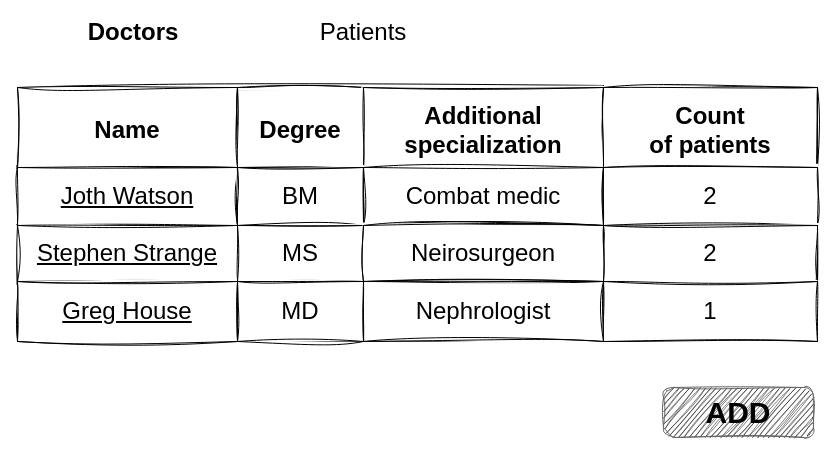
DmytroY/EPAM_Flask keeps this draw.io diagram as page "Doctors list" (1 of 6) of documentation/Micropeutist.drawio. Above is the earlier version. Source tidied: cells renumbered, new cells numbered last; positions are measured from the earlier drawing's top-left corner, leaving out a move shared by most shapes. Both pictures are drawn from the tidied source at 100%, with x=0, y=0 at pixel (17, 17).
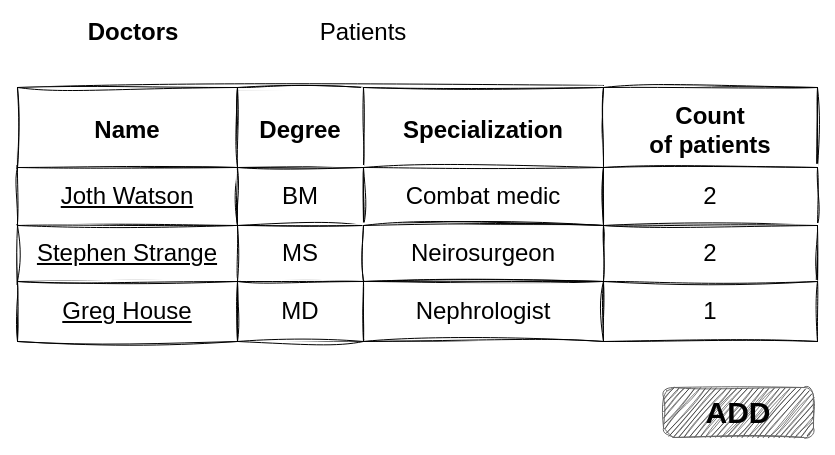
After the change.

The change refers to these unchanged cells:
```xml
<mxCell id="5" style="shape=tableRow;horizontal=0;startSize=0;swimlaneHead=0;swimlaneBody=0;top=0;left=0;bottom=0;right=0;fontStyle=0;fontSize=24;labelBackgroundColor=none;rounded=0;fontFamily=Helvetica;swimlaneLine=0;shadow=0;sketch=1;curveFitting=1;jiggle=2;" parent="4" vertex="1">
  <mxGeometry width="800" height="80" as="geometry" />
</mxCell>
```

Change to the diagram source:
```diff
@@
-    <mxCell id="8" value="Additional&#10;specialization" style="align=center;fontStyle=1;fontSize=24;labelBackgroundColor=none;rounded=0;fontFamily=Helvetica;swimlaneLine=0;shadow=0;sketch=1;curveFitting=1;jiggle=2;" parent="5" vertex="1">
+    <mxCell id="8" value="Specialization" style="align=center;fontStyle=1;fontSize=24;labelBackgroundColor=none;rounded=0;fontFamily=Helvetica;swimlaneLine=0;shadow=0;sketch=1;curveFitting=1;jiggle=2;" parent="5" vertex="1">
       <mxGeometry x="346" width="240" height="80" as="geometry" />
     </mxCell>
```
